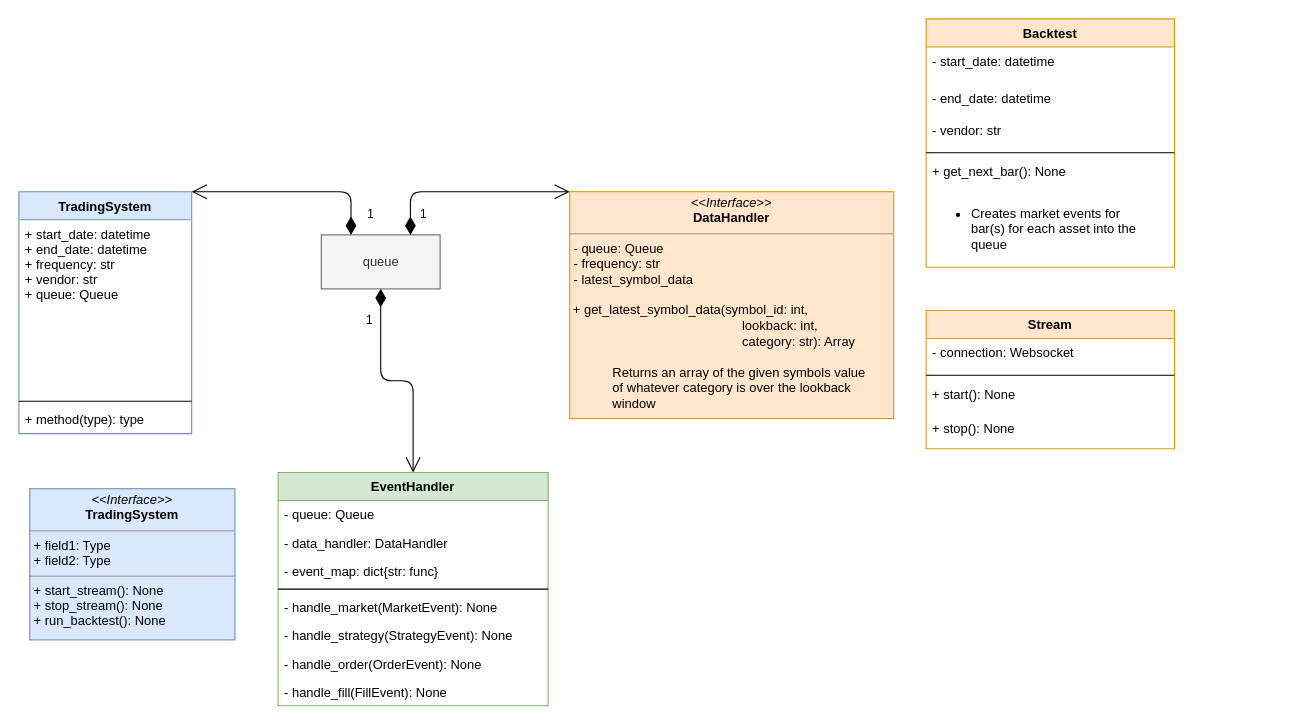
Before: Diagrams/System & Datahandler.drawio in leowotzak/LJWEquities, a draw.io diagram. Source tidied: cells renumbered, new cells numbered last; positions are measured from the earlier drawing's top-left corner, leaving out a move shared by most shapes. Both pictures are drawn from the tidied source at 108%, with x=0, y=0 at pixel (18, 18).
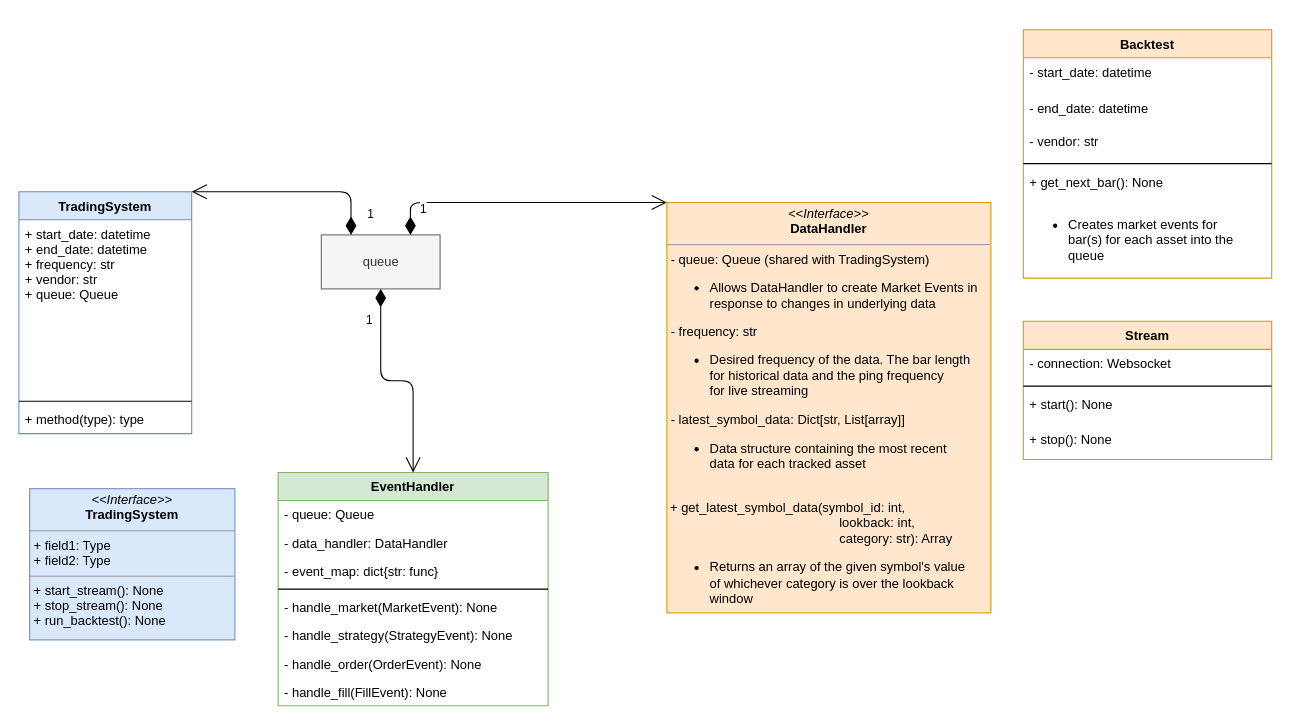
The same diagram, later.

Commit message (it also covers changes not shown here):
added datahandler UML

Unchanged cells that the change refers to:
```xml
<mxCell id="15" value="queue" style="html=1;fillColor=#f5f5f5;strokeColor=#666666;fontColor=#333333;" parent="1" vertex="1">
  <mxGeometry x="280" y="200" width="110" height="50" as="geometry" />
</mxCell>
```

Diff of the diagram source:
```diff
@@
     <mxCell id="16" value="Backtest" style="swimlane;fontStyle=1;align=center;verticalAlign=top;horizontal=1;startSize=26;fillColor=#ffe6cc;strokeColor=#d79b00;" parent="1" vertex="1">
-      <mxGeometry x="840" width="230" height="230" as="geometry" />
+      <mxGeometry x="930" y="10" width="230" height="230" as="geometry" />
     </mxCell>
@@
     <mxCell id="24" value="1" style="endArrow=open;html=1;endSize=12;startArrow=diamondThin;startSize=14;startFill=1;edgeStyle=orthogonalEdgeStyle;align=left;verticalAlign=bottom;exitX=0.75;exitY=0;exitDx=0;exitDy=0;entryX=0;entryY=0;entryDx=0;entryDy=0;" parent="1" edge="1" source="15" target="26">
       <mxGeometry x="-0.89" y="-7" relative="1" as="geometry">
         <Array as="points">
-          <mxPoint x="363" y="160" />
-          <mxPoint x="500" y="160" />
+          <mxPoint x="453" y="170" />
+          <mxPoint x="590" y="170" />
         </Array>
       </mxGeometry>
     </mxCell>
@@
-    <mxCell id="26" value="&lt;p style=&quot;margin: 0px ; margin-top: 4px ; text-align: center&quot;&gt;&lt;i&gt;&amp;lt;&amp;lt;Interface&amp;gt;&amp;gt;&lt;/i&gt;&lt;br&gt;&lt;b&gt;DataHandler&lt;/b&gt;&lt;/p&gt;&lt;hr size=&quot;1&quot;&gt;&lt;p style=&quot;margin: 0px ; margin-left: 4px&quot;&gt;- queue: Queue&lt;br&gt;&lt;/p&gt;&lt;p style=&quot;margin: 0px ; margin-left: 4px&quot;&gt;- frequency: str&lt;/p&gt;&lt;p style=&quot;margin: 0px ; margin-left: 4px&quot;&gt;- latest_symbol_data&lt;/p&gt;&lt;p style=&quot;margin: 0px ; margin-left: 4px&quot;&gt;&lt;br&gt;&lt;/p&gt;&amp;nbsp;+ get_latest_symbol_data(symbol_id: int, &lt;br&gt;&lt;span style=&quot;white-space: pre&quot;&gt;&#9;&lt;/span&gt;&lt;span style=&quot;white-space: pre&quot;&gt;&#9;&lt;/span&gt;&lt;span style=&quot;white-space: pre&quot;&gt;&#9;&lt;/span&gt;&lt;span style=&quot;white-space: pre&quot;&gt;&#9;&lt;/span&gt;&lt;span style=&quot;white-space: pre&quot;&gt;&#9;&lt;/span&gt;&lt;span style=&quot;white-space: pre&quot;&gt;&#9;&lt;/span&gt;lookback: int, &lt;br&gt;&lt;span style=&quot;white-space: pre&quot;&gt;&#9;&lt;/span&gt;&lt;span style=&quot;white-space: pre&quot;&gt;&#9;&lt;/span&gt;&lt;span style=&quot;white-space: pre&quot;&gt;&#9;&lt;/span&gt;&lt;span style=&quot;white-space: pre&quot;&gt;&#9;&lt;/span&gt;&lt;span style=&quot;white-space: pre&quot;&gt;&#9;&lt;/span&gt;&lt;span style=&quot;white-space: pre&quot;&gt;&#9;&lt;/span&gt;category: str): Array&lt;br&gt;&lt;blockquote style=&quot;margin: 0 0 0 40px ; border: none ; padding: 0px&quot;&gt;&lt;span&gt;&lt;br&gt;&lt;/span&gt;&lt;/blockquote&gt;&lt;blockquote style=&quot;margin: 0 0 0 40px ; border: none ; padding: 0px&quot;&gt;Returns an array of the given symbols value&lt;/blockquote&gt;&lt;blockquote style=&quot;margin: 0 0 0 40px ; border: none ; padding: 0px&quot;&gt;of whatever category is over the lookback&amp;nbsp;&lt;/blockquote&gt;&lt;blockquote style=&quot;margin: 0 0 0 40px ; border: none ; padding: 0px&quot;&gt;window&amp;nbsp;&lt;/blockquote&gt;&lt;p style=&quot;margin: 0px ; margin-left: 4px&quot;&gt;&lt;br&gt;&lt;/p&gt;" style="verticalAlign=top;align=left;overflow=fill;fontSize=12;fontFamily=Helvetica;html=1;fillColor=#ffe6cc;strokeColor=#d79b00;" parent="1" vertex="1">
-      <mxGeometry x="510" y="160" width="300" height="210" as="geometry" />
+    <mxCell id="26" value="&lt;p style=&quot;margin: 0px ; margin-top: 4px ; text-align: center&quot;&gt;&lt;i&gt;&amp;lt;&amp;lt;Interface&amp;gt;&amp;gt;&lt;/i&gt;&lt;br&gt;&lt;b&gt;DataHandler&lt;/b&gt;&lt;/p&gt;&lt;hr size=&quot;1&quot;&gt;&lt;p style=&quot;margin: 0px ; margin-left: 4px&quot;&gt;- queue: Queue (shared with TradingSystem)&lt;br&gt;&lt;/p&gt;&lt;p style=&quot;margin: 0px ; margin-left: 4px&quot;&gt;&lt;/p&gt;&lt;ul&gt;&lt;li&gt;Allows DataHandler to create Market Events in &lt;br&gt;response to changes in underlying data&lt;/li&gt;&lt;/ul&gt;&lt;p&gt;&lt;/p&gt;&lt;p style=&quot;margin: 0px ; margin-left: 4px&quot;&gt;- frequency: str&lt;/p&gt;&lt;p style=&quot;margin: 0px ; margin-left: 4px&quot;&gt;&lt;/p&gt;&lt;ul&gt;&lt;li&gt;Desired frequency of the data. The bar length &lt;br&gt;for historical data and the ping frequency &lt;br&gt;for live streaming&lt;/li&gt;&lt;/ul&gt;&lt;p&gt;&lt;/p&gt;&lt;p style=&quot;margin: 0px ; margin-left: 4px&quot;&gt;- latest_symbol_data: Dict[str, List[array]]&lt;/p&gt;&lt;p style=&quot;margin: 0px ; margin-left: 4px&quot;&gt;&lt;/p&gt;&lt;ul&gt;&lt;li&gt;Data structure containing the most recent &lt;br&gt;data for each tracked asset&lt;/li&gt;&lt;/ul&gt;&lt;p&gt;&lt;/p&gt;&lt;p style=&quot;margin: 0px ; margin-left: 4px&quot;&gt;&lt;br&gt;&lt;/p&gt;&amp;nbsp;+ get_latest_symbol_data(symbol_id: int, &lt;br&gt;&lt;span style=&quot;white-space: pre&quot;&gt;&#9;&lt;/span&gt;&lt;span style=&quot;white-space: pre&quot;&gt;&#9;&lt;/span&gt;&lt;span style=&quot;white-space: pre&quot;&gt;&#9;&lt;/span&gt;&lt;span style=&quot;white-space: pre&quot;&gt;&#9;&lt;/span&gt;&lt;span style=&quot;white-space: pre&quot;&gt;&#9;&lt;/span&gt;&lt;span style=&quot;white-space: pre&quot;&gt;&#9;&lt;/span&gt;lookback: int, &lt;br&gt;&lt;span style=&quot;white-space: pre&quot;&gt;&#9;&lt;/span&gt;&lt;span style=&quot;white-space: pre&quot;&gt;&#9;&lt;/span&gt;&lt;span style=&quot;white-space: pre&quot;&gt;&#9;&lt;/span&gt;&lt;span style=&quot;white-space: pre&quot;&gt;&#9;&lt;/span&gt;&lt;span style=&quot;white-space: pre&quot;&gt;&#9;&lt;/span&gt;&lt;span style=&quot;white-space: pre&quot;&gt;&#9;&lt;/span&gt;category: str): Array&lt;br&gt;&lt;ul&gt;&lt;li&gt;&lt;span&gt;Returns an array of the given symbol's value&amp;nbsp;&lt;br&gt;&lt;/span&gt;&lt;span&gt;of whichever category is over the lookback&amp;nbsp;&lt;br&gt;&lt;/span&gt;&lt;span&gt;window&amp;nbsp;&lt;/span&gt;&lt;/li&gt;&lt;/ul&gt;&lt;p style=&quot;margin: 0px ; margin-left: 4px&quot;&gt;&lt;br&gt;&lt;/p&gt;" style="verticalAlign=top;align=left;overflow=fill;fontSize=12;fontFamily=Helvetica;html=1;fillColor=#ffe6cc;strokeColor=#d79b00;" parent="1" vertex="1">
+      <mxGeometry x="600" y="170" width="300" height="380" as="geometry" />
     </mxCell>
     <mxCell id="27" value="Stream" style="swimlane;fontStyle=1;align=center;verticalAlign=top;horizontal=1;startSize=26;fillColor=#ffe6cc;strokeColor=#d79b00;" parent="1" vertex="1">
-      <mxGeometry x="840" y="270" width="230" height="128" as="geometry" />
+      <mxGeometry x="930" y="280" width="230" height="128" as="geometry" />
     </mxCell>
```
